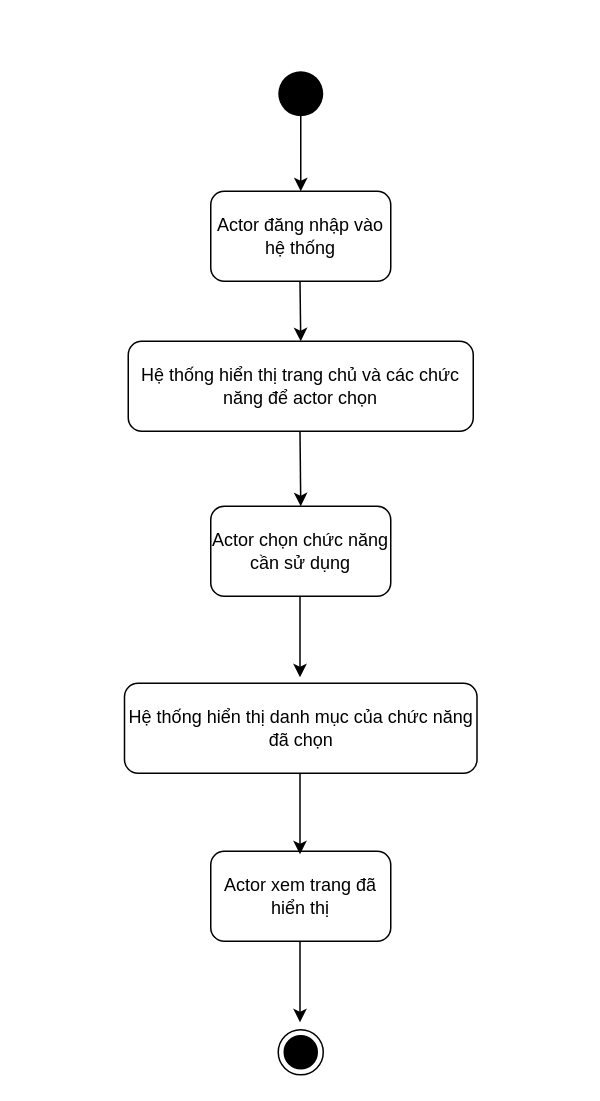
This is Thiết kế/Activity/Quản lý danh mục.drawio from CNPM-Team-1/CNPM, a draw.io file, before an edit. Source tidied: cells renumbered, new cells numbered last; positions are measured from the earlier drawing's top-left corner, leaving out a move shared by most shapes. Both pictures are drawn from the tidied source at 150%, with x=0, y=0 at pixel (124, 70).
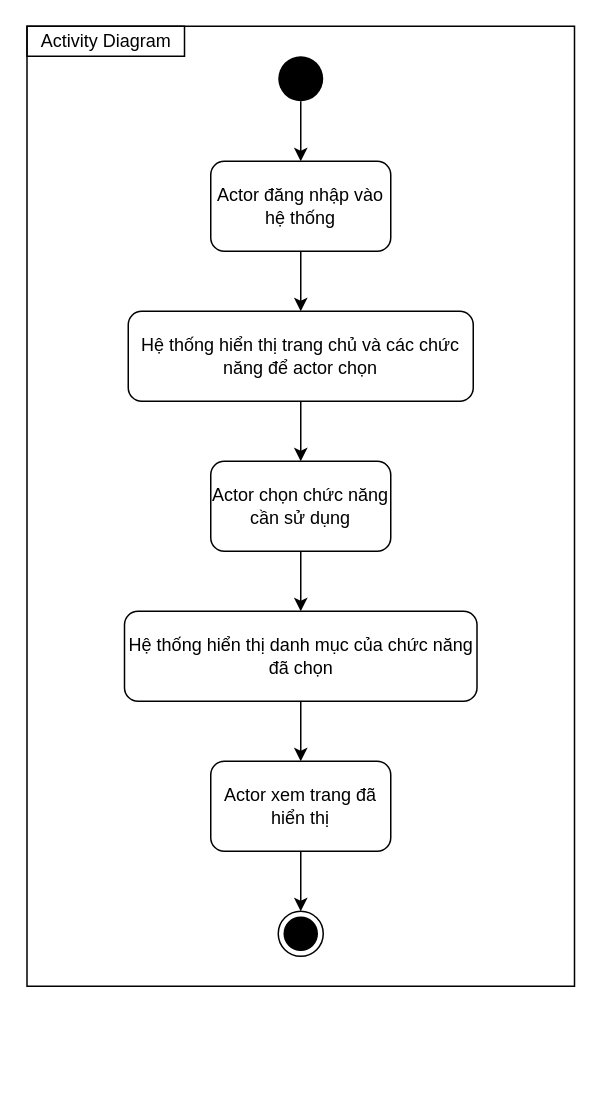
The same page after the edit.

Change to the diagram source:
```diff
@@
+    <mxCell id="15" style="rounded=0;whiteSpace=wrap;html=1;fillColor=none;" parent="1" vertex="1">
+      <mxGeometry x="-65.5" y="-30" width="365" height="640" as="geometry" />
+    </mxCell>
+    <mxCell id="16" style="edgeStyle=orthogonalEdgeStyle;rounded=0;jettySize=auto;html=1;" parent="1" edge="1" source="2" target="5">
+      <mxGeometry relative="1" as="geometry" />
+    </mxCell>
     <mxCell id="2" value="Actor đăng nhập vào hệ thống" style="rounded=1;whiteSpace=wrap;html=1;" parent="1" vertex="1">
-      <mxGeometry x="57" y="80" width="120" height="60" as="geometry" />
+      <mxGeometry x="57" y="60" width="120" height="60" as="geometry" />
     </mxCell>
     <mxCell id="3" style="ellipse;html=1;shape=endState;fillColor=#000000;strokeColor=#000000;" parent="1" vertex="1">
-      <mxGeometry x="102" y="639" width="30" height="30" as="geometry" />
+      <mxGeometry x="102" y="560" width="30" height="30" as="geometry" />
     </mxCell>
+    <mxCell id="17" style="edgeStyle=orthogonalEdgeStyle;rounded=0;jettySize=auto;html=1;" parent="1" edge="1" source="4" target="2">
+      <mxGeometry relative="1" as="geometry" />
+    </mxCell>
     <mxCell id="4" style="ellipse;fillColor=#000000;strokeColor=none;" parent="1" vertex="1">
-      <mxGeometry x="102" width="30" height="30" as="geometry" />
+      <mxGeometry x="102" y="-10" width="30" height="30" as="geometry" />
     </mxCell>
+    <mxCell id="18" style="edgeStyle=orthogonalEdgeStyle;rounded=0;jettySize=auto;html=1;" parent="1" edge="1" source="5" target="6">
+      <mxGeometry relative="1" as="geometry" />
+    </mxCell>
     <mxCell id="5" value="Hệ thống hiển thị trang chủ và các chức năng để actor chọn" style="rounded=1;whiteSpace=wrap;html=1;" parent="1" vertex="1">
-      <mxGeometry x="2" y="180" width="230" height="60" as="geometry" />
+      <mxGeometry x="2" y="160" width="230" height="60" as="geometry" />
     </mxCell>
+    <mxCell id="19" style="edgeStyle=orthogonalEdgeStyle;rounded=0;jettySize=auto;html=1;" parent="1" edge="1" source="6" target="7">
+      <mxGeometry relative="1" as="geometry" />
+    </mxCell>
     <mxCell id="6" value="Actor chọn chức năng cần sử dụng" style="rounded=1;whiteSpace=wrap;html=1;" parent="1" vertex="1">
-      <mxGeometry x="57" y="290" width="120" height="60" as="geometry" />
+      <mxGeometry x="57" y="260" width="120" height="60" as="geometry" />
     </mxCell>
+    <mxCell id="20" style="edgeStyle=orthogonalEdgeStyle;rounded=0;jettySize=auto;html=1;" parent="1" edge="1" source="7" target="8">
+      <mxGeometry relative="1" as="geometry" />
+    </mxCell>
     <mxCell id="7" value="Hệ thống hiển thị danh mục của chức năng đã chọn" style="rounded=1;whiteSpace=wrap;html=1;" parent="1" vertex="1">
-      <mxGeometry x="-0.5" y="408" width="235" height="60" as="geometry" />
+      <mxGeometry x="-0.5" y="360" width="235" height="60" as="geometry" />
     </mxCell>
+    <mxCell id="21" style="edgeStyle=orthogonalEdgeStyle;rounded=0;jettySize=auto;html=1;" parent="1" edge="1" source="8" target="3">
+      <mxGeometry relative="1" as="geometry" />
+    </mxCell>
     <mxCell id="8" value="Actor xem trang đã hiển thị" style="rounded=1;whiteSpace=wrap;html=1;" parent="1" vertex="1">
-      <mxGeometry x="57" y="520" width="120" height="60" as="geometry" />
+      <mxGeometry x="57" y="460" width="120" height="60" as="geometry" />
     </mxCell>
-    <mxCell id="9" style="endArrow=classic;html=1;entryX=0.5;entryY=0;entryDx=0;entryDy=0;" parent="1" edge="1" target="2">
-      <mxGeometry relative="1" as="geometry">
-        <mxPoint x="117" y="26" as="sourcePoint" />
-      </mxGeometry>
-    </mxCell>
-    <mxCell id="10" style="endArrow=classic;html=1;" parent="1" edge="1">
-      <mxGeometry relative="1" as="geometry">
-        <mxPoint x="116.5" y="140" as="sourcePoint" />
-        <mxPoint x="117" y="180" as="targetPoint" />
-      </mxGeometry>
-    </mxCell>
-    <mxCell id="11" style="endArrow=classic;html=1;" parent="1" edge="1">
-      <mxGeometry relative="1" as="geometry">
-        <mxPoint x="116.5" y="240" as="sourcePoint" />
-        <mxPoint x="117" y="290" as="targetPoint" />
-      </mxGeometry>
-    </mxCell>
-    <mxCell id="12" style="endArrow=classic;html=1;entryX=0.5;entryY=0;entryDx=0;entryDy=0;" parent="1" edge="1">
-      <mxGeometry relative="1" as="geometry">
-        <mxPoint x="116.5" y="350" as="sourcePoint" />
-        <mxPoint x="116.5" y="404" as="targetPoint" />
-      </mxGeometry>
-    </mxCell>
-    <mxCell id="13" style="endArrow=classic;html=1;entryX=0.5;entryY=0;entryDx=0;entryDy=0;" parent="1" edge="1">
-      <mxGeometry relative="1" as="geometry">
-        <mxPoint x="116.5" y="468" as="sourcePoint" />
-        <mxPoint x="116.5" y="522" as="targetPoint" />
-      </mxGeometry>
-    </mxCell>
-    <mxCell id="14" style="endArrow=classic;html=1;entryX=0.5;entryY=0;entryDx=0;entryDy=0;" parent="1" edge="1">
-      <mxGeometry relative="1" as="geometry">
-        <mxPoint x="116.5" y="580" as="sourcePoint" />
-        <mxPoint x="116.5" y="634" as="targetPoint" />
-      </mxGeometry>
-    </mxCell>
+    <mxCell id="22" value="Activity Diagram" style="rounded=0;whiteSpace=wrap;html=1;fillColor=none;" parent="1" vertex="1">
+      <mxGeometry x="-65.5" y="-30" width="105" height="20" as="geometry" />
+    </mxCell>
```
